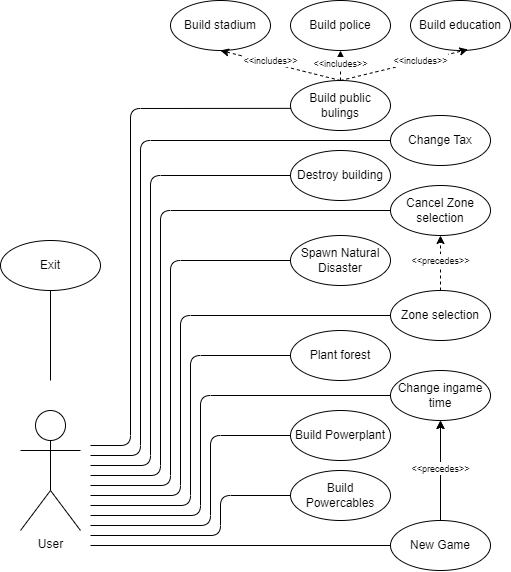
Above: Documentation/diagrams/usecase_diagram.png in K-Kristof-work/test (draw.io), before the change. Source tidied: cells renumbered, new cells last; positions are measured from the earlier drawing's top-left corner, leaving out a move shared by most shapes.
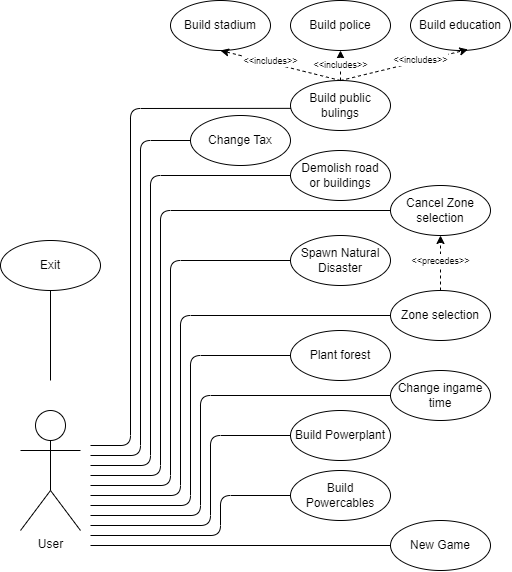
Above is the later version.

Commit message:
Update usecase diagram

Change to the diagram source:
```diff
@@ -5,9 +5,6 @@
     <mxCell id="2" value="User" style="shape=umlActor;verticalLabelPosition=bottom;verticalAlign=top;html=1;" parent="1" vertex="1">
       <mxGeometry x="20" y="410" width="60" height="120" as="geometry" />
     </mxCell>
-    <mxCell id="3" style="edgeStyle=orthogonalEdgeStyle;rounded=0;jettySize=auto;html=1;" parent="1" edge="1" source="4" target="7">
-      <mxGeometry relative="1" as="geometry" />
-    </mxCell>
     <mxCell id="4" value="New Game" style="ellipse;whiteSpace=wrap;html=1;" parent="1" vertex="1">
       <mxGeometry x="390" y="520" width="100" height="50" as="geometry" />
     </mxCell>
@@ -15,12 +12,12 @@
       <mxGeometry x="390" y="290" width="100" height="50" as="geometry" />
     </mxCell>
     <mxCell id="6" value="Change Tax" style="ellipse;whiteSpace=wrap;html=1;" parent="1" vertex="1">
-      <mxGeometry x="390" y="115" width="100" height="50" as="geometry" />
+      <mxGeometry x="190" y="115" width="100" height="50" as="geometry" />
     </mxCell>
     <mxCell id="7" value="Change ingame time" style="ellipse;whiteSpace=wrap;html=1;" parent="1" vertex="1">
       <mxGeometry x="390" y="370" width="100" height="50" as="geometry" />
     </mxCell>
-    <mxCell id="8" value="Destroy building" style="ellipse;whiteSpace=wrap;html=1;" parent="1" vertex="1">
+    <mxCell id="8" value="Demolish road&lt;br&gt;or buildings" style="ellipse;whiteSpace=wrap;html=1;" parent="1" vertex="1">
       <mxGeometry x="290" y="150" width="100" height="50" as="geometry" />
     </mxCell>
     <mxCell id="9" value="Build public bulings" style="ellipse;whiteSpace=wrap;html=1;" parent="1" vertex="1">
@@ -81,9 +78,6 @@
     <mxCell id="18" value="&lt;font style=&quot;font-size: 9px;&quot;&gt;&amp;lt;&amp;lt;precedes&amp;gt;&amp;gt;&lt;/font&gt;" style="endArrow=classic;dashed=1;html=1;rounded=0;exitX=0.5;exitY=0;exitDx=0;exitDy=0;entryX=0.5;entryY=1;entryDx=0;entryDy=0;startArrow=none;startFill=0;endFill=1;" parent="1" edge="1" source="5" target="10">
       <mxGeometry x="0.09" relative="1" as="geometry" />
     </mxCell>
-    <mxCell id="19" value="&lt;font style=&quot;font-size: 9px;&quot;&gt;&amp;lt;&amp;lt;precedes&amp;gt;&amp;gt;&lt;/font&gt;" style="endArrow=classic;dashed=1;html=1;rounded=0;entryX=0.5;entryY=1;entryDx=0;entryDy=0;startArrow=none;startFill=0;endFill=1;" parent="1" edge="1" source="4" target="7">
-      <mxGeometry x="0.05" relative="1" as="geometry" />
-    </mxCell>
     <mxCell id="20" style="endArrow=none;html=1;rounded=1;entryX=0;entryY=0.5;entryDx=0;entryDy=0;" parent="1" edge="1" target="6">
       <mxGeometry relative="1" as="geometry">
         <mxPoint x="90" y="455" as="sourcePoint" />
```
